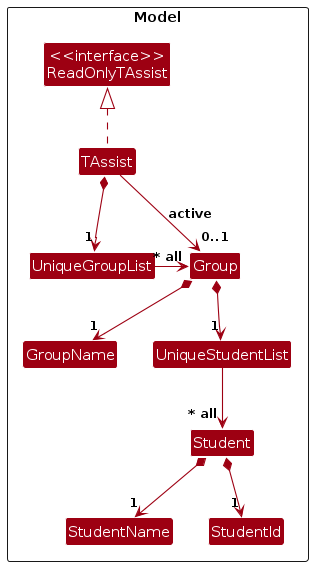
Earlier version of the PlantUML export docs/images/TAssistModelClassDiagram.png (AY2627S1-CS2103T-T12-4/tp). Its source is kept beside it as docs/diagrams/TAssistModelClassDiagram.puml.
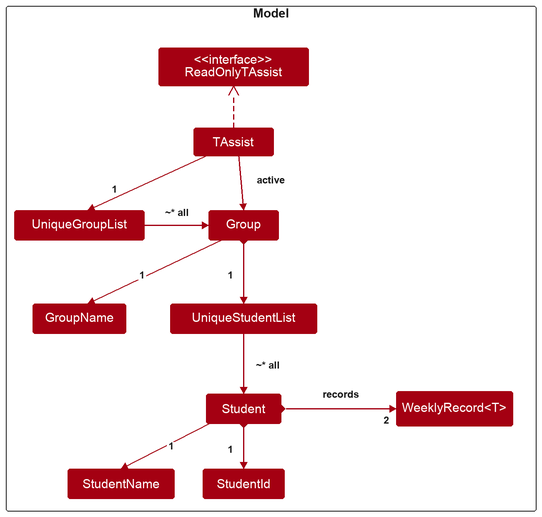
After the commit.

Commit message:
Show weekly records in model diagram

What changed in the source:
```diff
@@ -14,6 +14,7 @@
 Class Student
 Class StudentName
 Class StudentId
+Class "WeeklyRecord<T>" as WeeklyRecord
 }
 
 TAssist .up.|> ReadOnlyTAssist
@@ -25,4 +26,5 @@
 UniqueStudentList --> "~* all" Student
 Student *--> "1" StudentName
 Student *--> "1" StudentId
+Student *--> "2" WeeklyRecord : records
 @enduml
```
